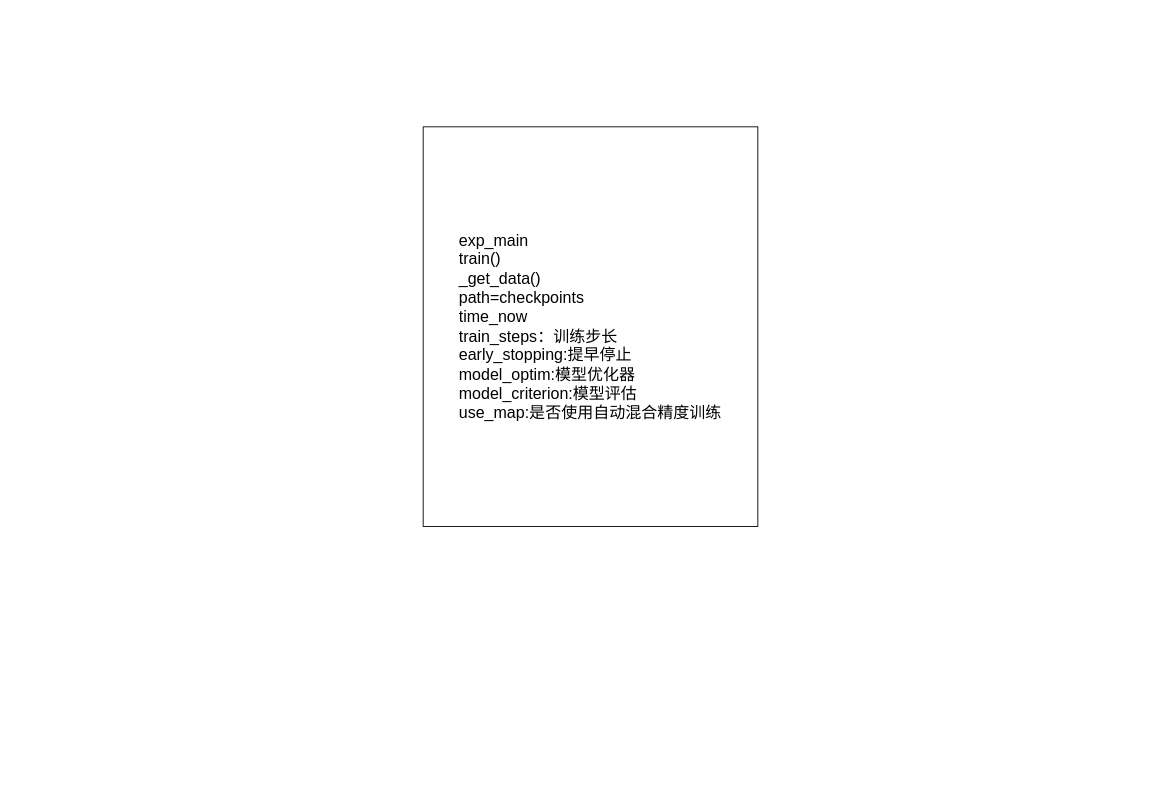
Lihua-neko/QASystemOnMedicalKG keeps this draw.io diagram as FEDformer.drawio. Above is the earlier version. Source tidied: cells renumbered, new cells numbered last; positions are measured from the earlier drawing's top-left corner, leaving out a move shared by most shapes. Both pictures are drawn from the tidied source at 89%, with x=0, y=0 at pixel (423, 126).
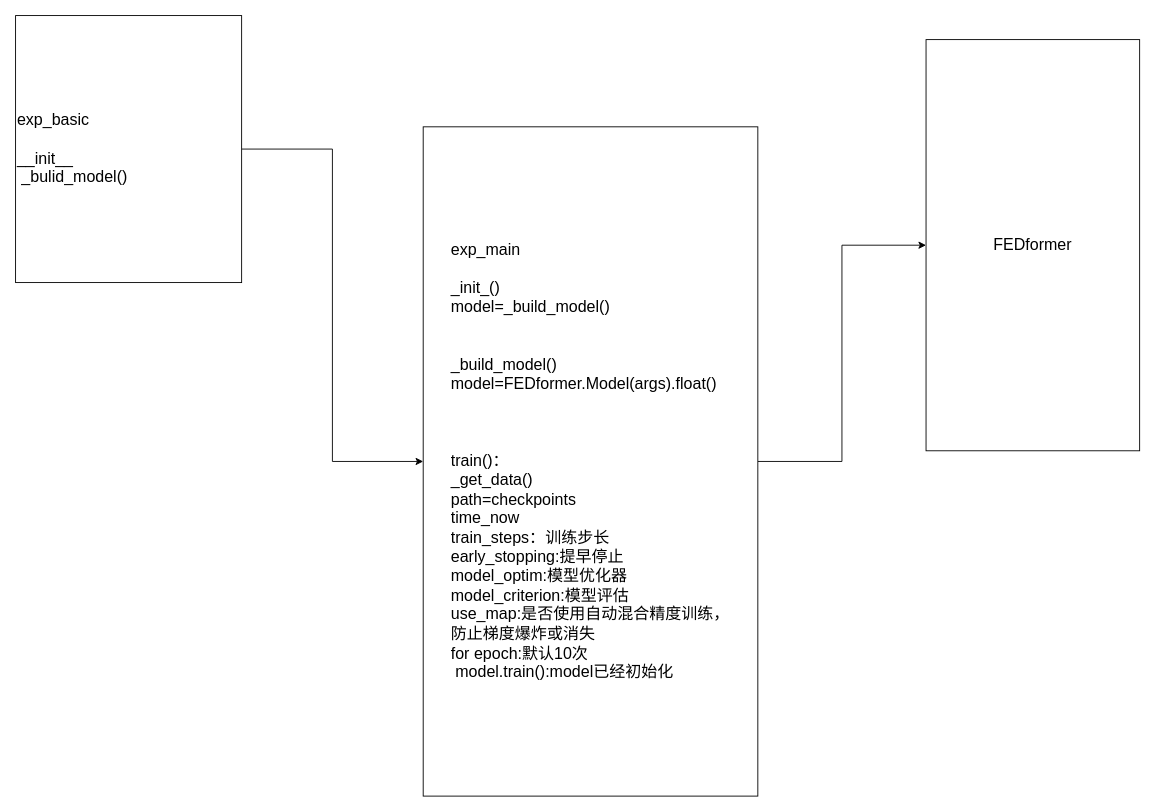
The same page after the edit.

Change to the diagram source:
```diff
@@
 <mxGraphModel>
   <root>
     <mxCell id="0" />
     <mxCell id="1" parent="0" />
+    <mxCell id="3" style="edgeStyle=orthogonalEdgeStyle;rounded=0;jettySize=auto;html=1;fontSize=18;" parent="1" edge="1" source="2" target="6">
+      <mxGeometry relative="1" as="geometry" />
+    </mxCell>
-    <mxCell id="2" value="&lt;div style=&quot;text-align: left;&quot;&gt;&lt;span style=&quot;font-size: 18px; background-color: initial;&quot;&gt;exp_main&lt;/span&gt;&lt;/div&gt;&lt;font style=&quot;font-size: 18px;&quot;&gt;&lt;div style=&quot;text-align: left;&quot;&gt;&lt;span style=&quot;background-color: initial;&quot;&gt;train()&lt;/span&gt;&lt;/div&gt;&lt;div style=&quot;text-align: left;&quot;&gt;&lt;span style=&quot;background-color: initial;&quot;&gt;_get_data()&lt;/span&gt;&lt;/div&gt;&lt;div style=&quot;text-align: left;&quot;&gt;&lt;span style=&quot;background-color: initial;&quot;&gt;path=checkpoints&lt;/span&gt;&lt;/div&gt;&lt;div style=&quot;text-align: left;&quot;&gt;&lt;span style=&quot;background-color: initial;&quot;&gt;time_now&lt;/span&gt;&lt;/div&gt;&lt;div style=&quot;text-align: left;&quot;&gt;&lt;span style=&quot;background-color: initial;&quot;&gt;train_steps：训练步长&lt;/span&gt;&lt;/div&gt;&lt;div style=&quot;text-align: left;&quot;&gt;&lt;span style=&quot;background-color: initial;&quot;&gt;early_stopping:提早停止&lt;/span&gt;&lt;/div&gt;&lt;div style=&quot;text-align: left;&quot;&gt;&lt;span style=&quot;background-color: initial;&quot;&gt;model_optim:模型优化器&lt;br&gt;model_criterion:模型评估&lt;/span&gt;&lt;/div&gt;&lt;div style=&quot;text-align: left;&quot;&gt;&lt;span style=&quot;background-color: initial;&quot;&gt;use_map:是否使用自动混合精度训练&lt;/span&gt;&lt;/div&gt;&lt;/font&gt;" style="rounded=0;whiteSpace=wrap;html=1;" parent="1" vertex="1">
-      <mxGeometry width="376" height="449" as="geometry" />
+    <mxCell id="2" value="&lt;div style=&quot;text-align: left;&quot;&gt;&lt;span style=&quot;font-size: 18px; background-color: initial;&quot;&gt;exp_main&lt;/span&gt;&lt;/div&gt;&lt;div style=&quot;text-align: left;&quot;&gt;&lt;span style=&quot;font-size: 18px; background-color: initial;&quot;&gt;&lt;br&gt;&lt;/span&gt;&lt;/div&gt;&lt;div style=&quot;text-align: left;&quot;&gt;&lt;span style=&quot;font-size: 18px; background-color: initial;&quot;&gt;_init_()&lt;/span&gt;&lt;/div&gt;&lt;div style=&quot;text-align: left;&quot;&gt;&lt;span style=&quot;font-size: 18px; background-color: initial;&quot;&gt;model=_build_model()&lt;/span&gt;&lt;/div&gt;&lt;div style=&quot;text-align: left;&quot;&gt;&lt;span style=&quot;font-size: 18px; background-color: initial;&quot;&gt;&lt;br&gt;&lt;/span&gt;&lt;/div&gt;&lt;font style=&quot;font-size: 18px;&quot;&gt;&lt;div style=&quot;text-align: left;&quot;&gt;&lt;span style=&quot;background-color: initial;&quot;&gt;&lt;br&gt;&lt;/span&gt;&lt;/div&gt;&lt;div style=&quot;text-align: left;&quot;&gt;_build_model()&lt;/div&gt;&lt;div style=&quot;text-align: left;&quot;&gt;model=FEDformer.Model(args).float()&lt;/div&gt;&lt;div style=&quot;text-align: left;&quot;&gt;&lt;br&gt;&lt;/div&gt;&lt;div style=&quot;text-align: left;&quot;&gt;&lt;span style=&quot;background-color: initial;&quot;&gt;&lt;br&gt;&lt;/span&gt;&lt;/div&gt;&lt;div style=&quot;text-align: left;&quot;&gt;&lt;span style=&quot;background-color: initial;&quot;&gt;&lt;br&gt;&lt;/span&gt;&lt;/div&gt;&lt;div style=&quot;text-align: left;&quot;&gt;&lt;span style=&quot;background-color: initial;&quot;&gt;train()：&lt;/span&gt;&lt;/div&gt;&lt;div style=&quot;text-align: left;&quot;&gt;&lt;span style=&quot;background-color: initial;&quot;&gt;_get_data()&lt;/span&gt;&lt;/div&gt;&lt;div style=&quot;text-align: left;&quot;&gt;&lt;span style=&quot;background-color: initial;&quot;&gt;path=checkpoints&lt;/span&gt;&lt;/div&gt;&lt;div style=&quot;text-align: left;&quot;&gt;&lt;span style=&quot;background-color: initial;&quot;&gt;time_now&lt;/span&gt;&lt;/div&gt;&lt;div style=&quot;text-align: left;&quot;&gt;&lt;span style=&quot;background-color: initial;&quot;&gt;train_steps：训练步长&lt;/span&gt;&lt;/div&gt;&lt;div style=&quot;text-align: left;&quot;&gt;&lt;span style=&quot;background-color: initial;&quot;&gt;early_stopping:提早停止&lt;/span&gt;&lt;/div&gt;&lt;div style=&quot;text-align: left;&quot;&gt;&lt;span style=&quot;background-color: initial;&quot;&gt;model_optim:模型优化器&lt;br&gt;model_criterion:模型评估&lt;/span&gt;&lt;/div&gt;&lt;div style=&quot;text-align: left;&quot;&gt;&lt;span style=&quot;background-color: initial;&quot;&gt;use_map:是否使用自动混合精度训练，&lt;/span&gt;&lt;/div&gt;&lt;div style=&quot;text-align: left;&quot;&gt;&lt;span style=&quot;background-color: initial;&quot;&gt;防止梯度爆炸或消失&lt;/span&gt;&lt;/div&gt;&lt;div style=&quot;text-align: left;&quot;&gt;&lt;span style=&quot;background-color: initial;&quot;&gt;for epoch:默认10次&lt;/span&gt;&lt;/div&gt;&lt;div style=&quot;text-align: left;&quot;&gt;&lt;span style=&quot;background-color: initial;&quot;&gt;&lt;span style=&quot;white-space: pre;&quot;&gt; &lt;/span&gt;model.train():model已经初始化&lt;br&gt;&lt;/span&gt;&lt;/div&gt;&lt;/font&gt;" style="rounded=0;whiteSpace=wrap;html=1;" parent="1" vertex="1">
+      <mxGeometry width="376" height="752" as="geometry" />
     </mxCell>
+    <mxCell id="4" style="edgeStyle=orthogonalEdgeStyle;rounded=0;jettySize=auto;html=1;fontSize=18;" parent="1" edge="1" source="5" target="2">
+      <mxGeometry relative="1" as="geometry" />
+    </mxCell>
+    <mxCell id="5" value="exp_basic&lt;br&gt;&lt;br&gt;__init__&lt;br&gt;&lt;span style=&quot;white-space: pre;&quot;&gt; &lt;/span&gt;_bulid_model()" style="rounded=0;whiteSpace=wrap;html=1;fontSize=18;align=left;" parent="1" vertex="1">
+      <mxGeometry x="-458" y="-125" width="254" height="300" as="geometry" />
+    </mxCell>
+    <mxCell id="6" value="FEDformer" style="rounded=0;whiteSpace=wrap;html=1;fontSize=18;" parent="1" vertex="1">
+      <mxGeometry x="565" y="-98" width="240" height="462" as="geometry" />
+    </mxCell>
   </root>
 </mxGraphModel>
```
